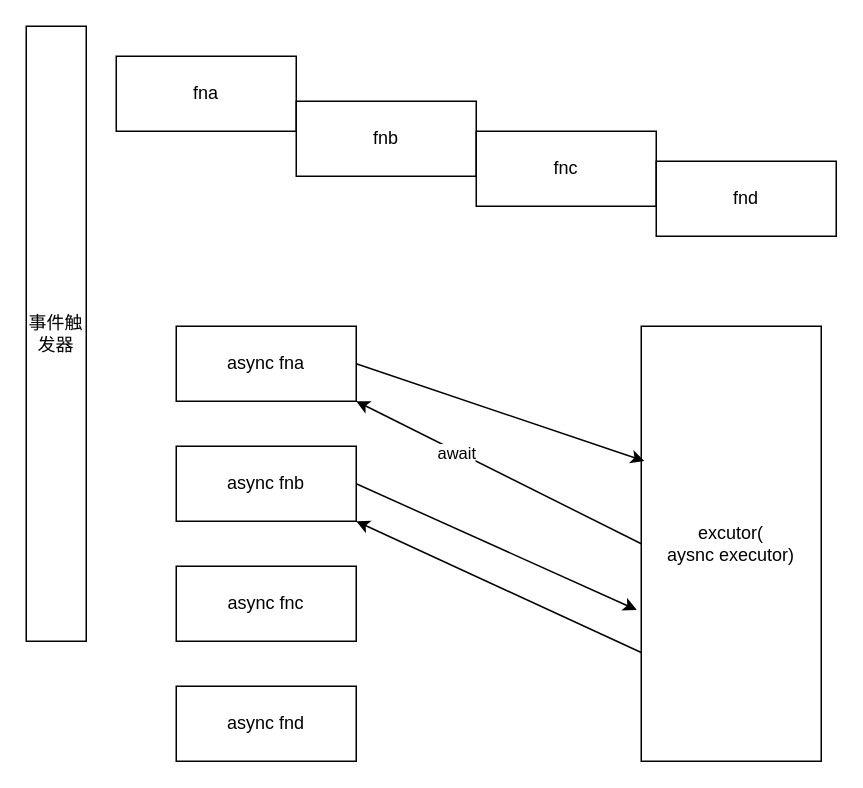
Above: skills/javascript/async.drawio in is-Xiaoen/DevCloud (draw.io), before the change. Source tidied: cells renumbered, new cells numbered last; positions are measured from the earlier drawing's top-left corner, leaving out a move shared by most shapes. Both pictures are drawn from the tidied source at 150%, with x=0, y=0 at pixel (26, 26).
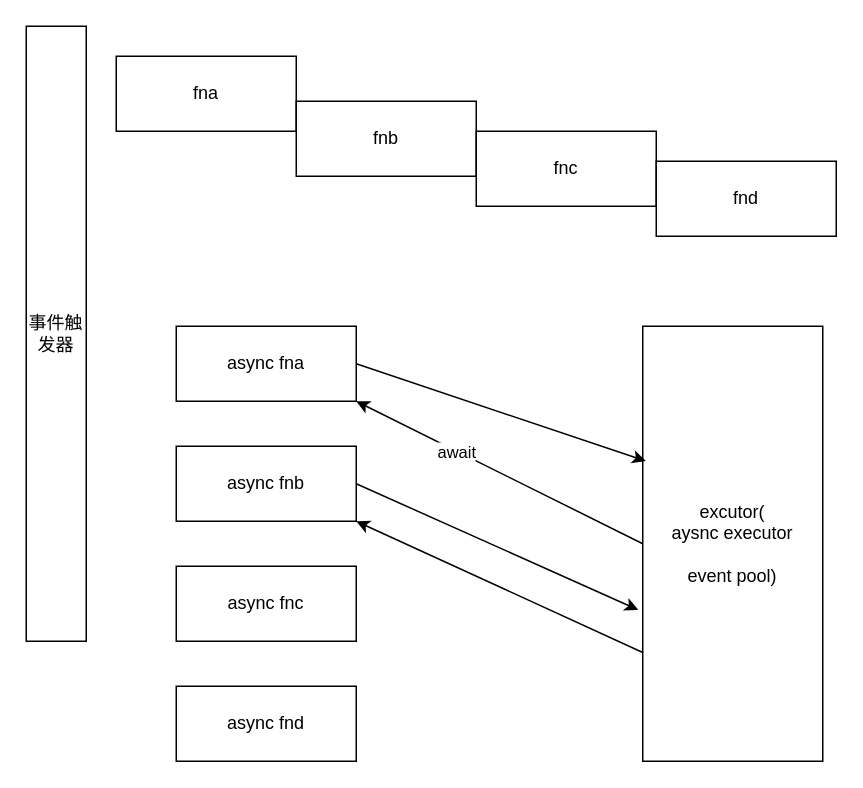
The same page after the edit.

Change to the diagram source:
```diff
@@
 <mxGraphModel>
   <root>
     <mxCell id="0" />
     <mxCell id="1" parent="0" />
     <mxCell id="2" value="事件触发器" style="rounded=0;whiteSpace=wrap;html=1;" parent="1" vertex="1">
       <mxGeometry width="40" height="410" as="geometry" />
     </mxCell>
     <mxCell id="3" value="fna" style="rounded=0;whiteSpace=wrap;html=1;" parent="1" vertex="1">
       <mxGeometry x="60" y="20" width="120" height="50" as="geometry" />
     </mxCell>
     <mxCell id="4" value="fnb" style="rounded=0;whiteSpace=wrap;html=1;" parent="1" vertex="1">
       <mxGeometry x="180" y="50" width="120" height="50" as="geometry" />
     </mxCell>
     <mxCell id="5" value="fnc" style="rounded=0;whiteSpace=wrap;html=1;" parent="1" vertex="1">
       <mxGeometry x="300" y="70" width="120" height="50" as="geometry" />
     </mxCell>
     <mxCell id="6" value="fnd" style="rounded=0;whiteSpace=wrap;html=1;" parent="1" vertex="1">
       <mxGeometry x="420" y="90" width="120" height="50" as="geometry" />
     </mxCell>
     <mxCell id="7" value="async fna" style="rounded=0;whiteSpace=wrap;html=1;" parent="1" vertex="1">
       <mxGeometry x="100" y="200" width="120" height="50" as="geometry" />
     </mxCell>
     <mxCell id="8" value="async fnb" style="rounded=0;whiteSpace=wrap;html=1;" parent="1" vertex="1">
       <mxGeometry x="100" y="280" width="120" height="50" as="geometry" />
     </mxCell>
     <mxCell id="9" value="async fnc" style="rounded=0;whiteSpace=wrap;html=1;" parent="1" vertex="1">
       <mxGeometry x="100" y="360" width="120" height="50" as="geometry" />
     </mxCell>
     <mxCell id="10" value="async fnd" style="rounded=0;whiteSpace=wrap;html=1;" parent="1" vertex="1">
       <mxGeometry x="100" y="440" width="120" height="50" as="geometry" />
     </mxCell>
     <mxCell id="11" style="edgeStyle=none;html=1;exitX=0;exitY=0.5;exitDx=0;exitDy=0;entryX=1;entryY=1;entryDx=0;entryDy=0;" parent="1" edge="1" source="14" target="7">
       <mxGeometry relative="1" as="geometry" />
     </mxCell>
     <mxCell id="12" value="await" style="edgeLabel;html=1;align=center;verticalAlign=middle;" parent="11" vertex="1">
       <mxGeometry x="0.3" y="1" relative="1" as="geometry" />
     </mxCell>
     <mxCell id="13" style="edgeStyle=none;html=1;exitX=0;exitY=0.75;exitDx=0;exitDy=0;entryX=1;entryY=1;entryDx=0;entryDy=0;" parent="1" edge="1" source="14" target="8">
       <mxGeometry relative="1" as="geometry" />
     </mxCell>
-    <mxCell id="14" value="excutor(&lt;div&gt;aysnc executor)&lt;/div&gt;" style="rounded=0;whiteSpace=wrap;html=1;" parent="1" vertex="1">
-      <mxGeometry x="410" y="200" width="120" height="290" as="geometry" />
+    <mxCell id="14" value="excutor(&lt;div&gt;aysnc executor&lt;/div&gt;&lt;div&gt;&lt;br&gt;&lt;/div&gt;&lt;div&gt;event pool)&lt;/div&gt;" style="rounded=0;whiteSpace=wrap;html=1;" parent="1" vertex="1">
+      <mxGeometry x="411" y="200" width="120" height="290" as="geometry" />
     </mxCell>
     <mxCell id="15" style="edgeStyle=none;html=1;exitX=1;exitY=0.5;exitDx=0;exitDy=0;entryX=0.017;entryY=0.31;entryDx=0;entryDy=0;entryPerimeter=0;" parent="1" edge="1" source="7" target="14">
       <mxGeometry relative="1" as="geometry" />
     </mxCell>
     <mxCell id="16" style="edgeStyle=none;html=1;exitX=1;exitY=0.5;exitDx=0;exitDy=0;entryX=-0.025;entryY=0.652;entryDx=0;entryDy=0;entryPerimeter=0;" parent="1" edge="1" source="8" target="14">
       <mxGeometry relative="1" as="geometry" />
     </mxCell>
   </root>
 </mxGraphModel>
```
